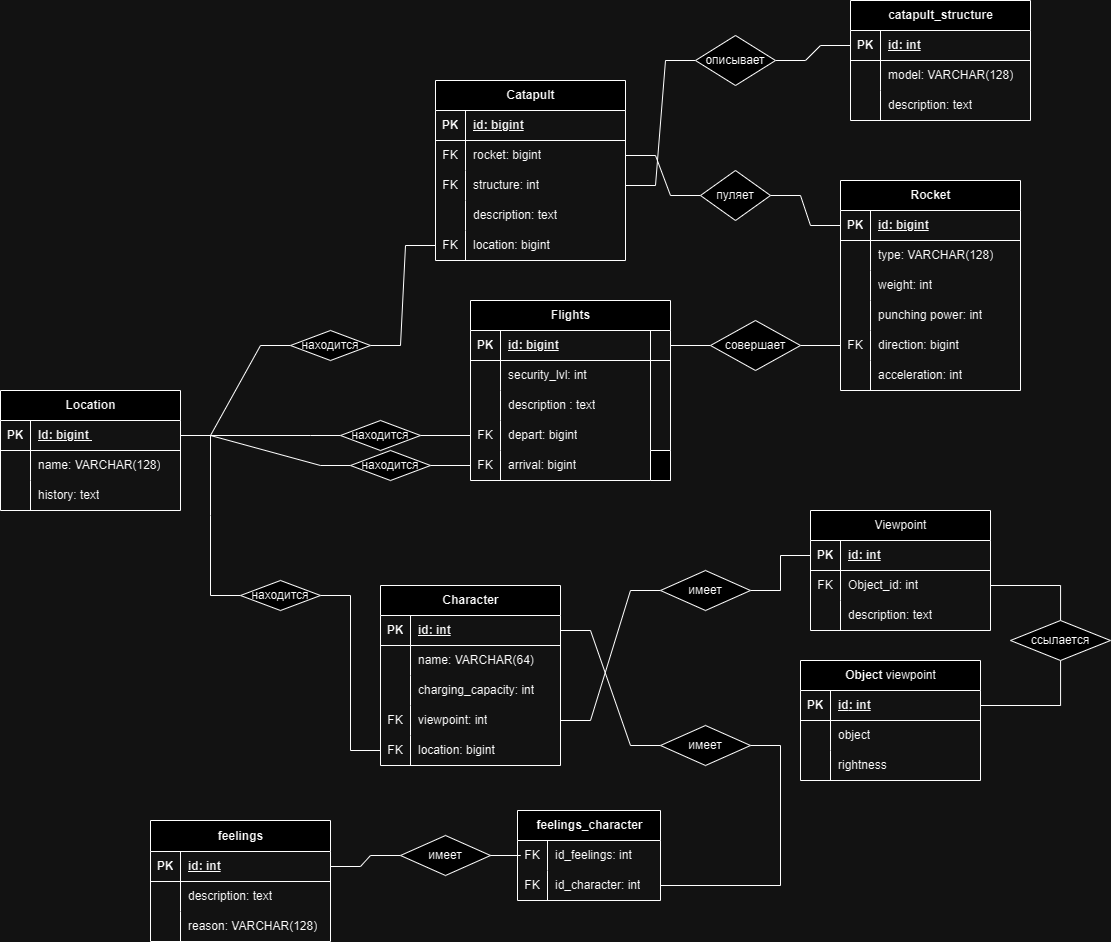
Before: БД_лаб1_д.drawio.png, a diagram exported from draw.io (medus04ka/DB_1). Source tidied: cells renumbered, new cells last; positions are measured from the earlier drawing's top-left corner, leaving out a move shared by most shapes.
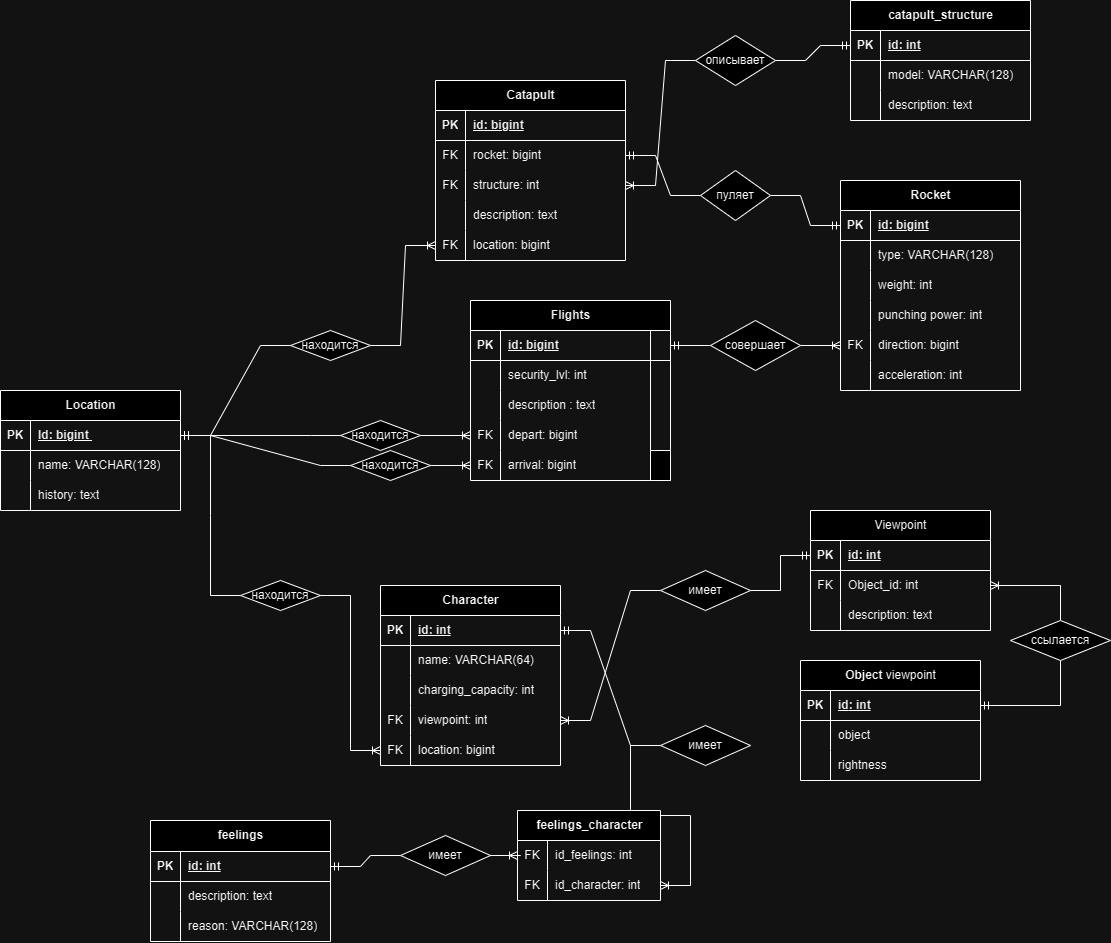
Above is the later version.

Change to the diagram source:
```diff
@@ -131,13 +131,13 @@
     <mxCell id="44" style="shape=table;startSize=30;rowLines=0;fontStyle=1;align=center;html=1;" parent="41" vertex="1" collapsed="1">
       <mxGeometry x="180" width="20" height="30" as="geometry" />
     </mxCell>
-    <mxCell id="45" style="edgeStyle=entityRelationEdgeStyle;fontSize=12;html=1;endArrow=none;startArrow=none;rounded=0;startFill=0;endFill=0;" parent="1" edge="1" source="147" target="41">
+    <mxCell id="45" style="edgeStyle=entityRelationEdgeStyle;fontSize=12;html=1;endArrow=ERoneToMany;startArrow=none;rounded=0;startFill=0;endFill=0;" parent="1" edge="1" source="147" target="41">
       <mxGeometry relative="1" as="geometry" />
     </mxCell>
-    <mxCell id="46" style="edgeStyle=entityRelationEdgeStyle;fontSize=12;html=1;endArrow=none;startArrow=none;rounded=0;startFill=0;endFill=0;" parent="1" edge="1" source="145" target="38">
+    <mxCell id="46" style="edgeStyle=entityRelationEdgeStyle;fontSize=12;html=1;endArrow=ERoneToMany;startArrow=none;rounded=0;startFill=0;endFill=0;" parent="1" edge="1" source="145" target="38">
       <mxGeometry relative="1" as="geometry" />
     </mxCell>
-    <mxCell id="47" style="edgeStyle=entityRelationEdgeStyle;fontSize=12;html=1;endArrow=none;startArrow=none;rounded=0;startFill=0;endFill=0;" parent="1" edge="1" source="151" target="25">
+    <mxCell id="47" style="edgeStyle=entityRelationEdgeStyle;fontSize=12;html=1;endArrow=ERoneToMany;startArrow=none;rounded=0;startFill=0;endFill=0;" parent="1" edge="1" source="151" target="25">
       <mxGeometry relative="1" as="geometry" />
     </mxCell>
     <mxCell id="48" value="Catapult" style="shape=table;startSize=30;rowLines=0;fontStyle=1;align=center;html=1;" parent="1" vertex="1">
@@ -188,7 +188,7 @@
     <mxCell id="63" value="location: bigint" style="shape=partialRectangle;fillColor=none;top=0;left=0;bottom=0;right=0;align=left;spacingLeft=6;overflow=hidden;whiteSpace=wrap;html=1;" parent="61" vertex="1">
       <mxGeometry x="30" width="160" height="30" as="geometry" />
     </mxCell>
-    <mxCell id="64" style="edgeStyle=entityRelationEdgeStyle;fontSize=12;html=1;endArrow=none;startArrow=none;rounded=0;endFill=0;startFill=0;" parent="1" edge="1" source="149" target="61">
+    <mxCell id="64" style="edgeStyle=entityRelationEdgeStyle;fontSize=12;html=1;endArrow=ERoneToMany;startArrow=none;rounded=0;endFill=0;startFill=0;" parent="1" edge="1" source="149" target="61">
       <mxGeometry relative="1" as="geometry" />
     </mxCell>
     <mxCell id="65" value="Rocket" style="shape=table;startSize=30;rowLines=0;fontStyle=1;align=center;html=1;" parent="1" vertex="1">
@@ -248,10 +248,10 @@
     <mxCell id="83" value="acceleration: int" style="shape=partialRectangle;fillColor=none;top=0;left=0;bottom=0;right=0;align=left;spacingLeft=6;overflow=hidden;whiteSpace=wrap;html=1;" parent="81" vertex="1">
       <mxGeometry x="30" width="150" height="30" as="geometry" />
     </mxCell>
-    <mxCell id="84" style="edgeStyle=entityRelationEdgeStyle;fontSize=12;html=1;endArrow=none;startArrow=none;rounded=0;endFill=0;startFill=0;" parent="1" edge="1" source="141" target="66">
+    <mxCell id="84" style="edgeStyle=entityRelationEdgeStyle;fontSize=12;html=1;endArrow=ERmandOne;startArrow=none;rounded=0;endFill=0;startFill=0;" parent="1" edge="1" source="141" target="66">
       <mxGeometry relative="1" as="geometry" />
     </mxCell>
-    <mxCell id="85" style="edgeStyle=orthogonalEdgeStyle;rounded=0;jettySize=auto;html=1;endArrow=none;endFill=0;startArrow=none;startFill=0;" parent="1" edge="1" source="139" target="78">
+    <mxCell id="85" style="edgeStyle=orthogonalEdgeStyle;rounded=0;jettySize=auto;html=1;endArrow=ERoneToMany;endFill=0;startArrow=none;startFill=0;" parent="1" edge="1" source="139" target="78">
       <mxGeometry relative="1" as="geometry" />
     </mxCell>
     <mxCell id="86" value="&lt;span style=&quot;font-weight: 400; text-align: left; text-wrap: wrap;&quot;&gt;Viewpoint&lt;/span&gt;" style="shape=table;startSize=30;rowLines=0;fontStyle=1;align=center;html=1;" parent="1" vertex="1">
@@ -284,7 +284,7 @@
     <mxCell id="95" value="description: text" style="shape=partialRectangle;fillColor=none;top=0;left=0;bottom=0;right=0;align=left;spacingLeft=6;overflow=hidden;whiteSpace=wrap;html=1;" parent="93" vertex="1">
       <mxGeometry x="30" width="150" height="30" as="geometry" />
     </mxCell>
-    <mxCell id="96" style="edgeStyle=entityRelationEdgeStyle;fontSize=12;html=1;endArrow=none;startArrow=none;rounded=0;endFill=0;startFill=0;" parent="1" edge="1" source="153" target="87">
+    <mxCell id="96" style="edgeStyle=entityRelationEdgeStyle;fontSize=12;html=1;endArrow=ERmandOne;startArrow=none;rounded=0;endFill=0;startFill=0;" parent="1" edge="1" source="153" target="87">
       <mxGeometry relative="1" as="geometry" />
     </mxCell>
     <mxCell id="97" value="Object&amp;nbsp;&lt;span style=&quot;font-weight: 400; text-align: left; text-wrap: wrap;&quot;&gt;viewpoint&lt;/span&gt;" style="shape=table;startSize=30;rowLines=0;fontStyle=1;align=center;html=1;" parent="1" vertex="1">
@@ -317,10 +317,10 @@
     <mxCell id="106" value="rightness" style="shape=partialRectangle;fillColor=none;top=0;left=0;bottom=0;right=0;align=left;spacingLeft=6;overflow=hidden;whiteSpace=wrap;html=1;" parent="104" vertex="1">
       <mxGeometry x="30" width="150" height="30" as="geometry" />
     </mxCell>
-    <mxCell id="107" style="edgeStyle=entityRelationEdgeStyle;fontSize=12;html=1;endArrow=none;startArrow=none;rounded=0;endFill=0;startFill=0;" parent="1" edge="1" source="159" target="121">
+    <mxCell id="107" style="edgeStyle=entityRelationEdgeStyle;fontSize=12;html=1;endArrow=ERmandOne;startArrow=none;rounded=0;endFill=0;startFill=0;" parent="1" edge="1" source="159" target="121">
       <mxGeometry relative="1" as="geometry" />
     </mxCell>
-    <mxCell id="108" style="edgeStyle=orthogonalEdgeStyle;rounded=0;jettySize=auto;html=1;endArrow=none;endFill=0;" parent="1" edge="1" source="155" target="90">
+    <mxCell id="108" style="edgeStyle=orthogonalEdgeStyle;rounded=0;jettySize=auto;html=1;endArrow=ERoneToMany;endFill=0;" parent="1" edge="1" source="155" target="90">
       <mxGeometry relative="1" as="geometry" />
     </mxCell>
     <mxCell id="109" value="catapult_structure" style="shape=table;startSize=30;rowLines=0;fontStyle=1;align=center;html=1;" parent="1" vertex="1">
@@ -353,7 +353,7 @@
     <mxCell id="118" value="description: text" style="shape=partialRectangle;fillColor=none;top=0;left=0;bottom=0;right=0;align=left;spacingLeft=6;overflow=hidden;whiteSpace=wrap;html=1;" parent="116" vertex="1">
       <mxGeometry x="30" width="150" height="30" as="geometry" />
     </mxCell>
-    <mxCell id="119" style="edgeStyle=entityRelationEdgeStyle;fontSize=12;html=1;endArrow=none;startArrow=none;rounded=0;endFill=0;startFill=0;" parent="1" edge="1" source="143" target="110">
+    <mxCell id="119" style="edgeStyle=entityRelationEdgeStyle;fontSize=12;html=1;endArrow=ERmandOne;startArrow=none;rounded=0;endFill=0;startFill=0;" parent="1" edge="1" source="143" target="110">
       <mxGeometry relative="1" as="geometry" />
     </mxCell>
     <mxCell id="120" value="feelings" style="shape=table;startSize=31;rowLines=0;fontStyle=1;align=center;html=1;" parent="1" vertex="1">
@@ -386,7 +386,7 @@
     <mxCell id="129" value="reason: VARCHAR(128)" style="shape=partialRectangle;fillColor=none;top=0;left=0;bottom=0;right=0;align=left;spacingLeft=6;overflow=hidden;whiteSpace=wrap;html=1;" parent="127" vertex="1">
       <mxGeometry x="30" width="150" height="30" as="geometry" />
     </mxCell>
-    <mxCell id="130" style="edgeStyle=entityRelationEdgeStyle;fontSize=12;html=1;endArrow=none;startArrow=none;rounded=0;endFill=0;startFill=0;" parent="1" edge="1" source="157" target="135">
+    <mxCell id="130" style="edgeStyle=entityRelationEdgeStyle;fontSize=12;html=1;endArrow=ERoneToMany;startArrow=none;rounded=0;endFill=0;startFill=0;" parent="1" edge="1" source="157" target="135">
       <mxGeometry relative="1" as="geometry" />
     </mxCell>
     <mxCell id="131" value="feelings_character" style="shape=table;startSize=30;rowLines=0;fontStyle=1;align=center;html=1;" parent="1" vertex="1">
@@ -410,67 +410,67 @@
     <mxCell id="137" value="id_character: int" style="shape=partialRectangle;fillColor=none;top=0;left=0;bottom=0;right=0;align=left;spacingLeft=6;overflow=hidden;whiteSpace=wrap;html=1;" parent="135" vertex="1">
       <mxGeometry x="30" width="113" height="30" as="geometry" />
     </mxCell>
-    <mxCell id="138" style="edgeStyle=orthogonalEdgeStyle;rounded=0;jettySize=auto;html=1;endArrow=none;endFill=0;startArrow=none;startFill=0;" parent="1" edge="1" source="29" target="139">
+    <mxCell id="138" style="edgeStyle=orthogonalEdgeStyle;rounded=0;jettySize=auto;html=1;endArrow=none;endFill=0;startArrow=ERmandOne;startFill=0;" parent="1" edge="1" source="29" target="139">
       <mxGeometry relative="1" as="geometry" />
     </mxCell>
     <mxCell id="139" value="совершает" style="rhombus;whiteSpace=wrap;html=1;" parent="1" vertex="1">
       <mxGeometry x="710" y="320" width="90" height="50" as="geometry" />
     </mxCell>
-    <mxCell id="140" style="edgeStyle=entityRelationEdgeStyle;fontSize=12;html=1;endArrow=none;startArrow=none;rounded=0;endFill=0;startFill=0;" parent="1" edge="1" source="52" target="141">
+    <mxCell id="140" style="edgeStyle=entityRelationEdgeStyle;fontSize=12;html=1;endArrow=none;startArrow=ERmandOne;rounded=0;endFill=0;startFill=0;" parent="1" edge="1" source="52" target="141">
       <mxGeometry relative="1" as="geometry" />
     </mxCell>
     <mxCell id="141" value="пуляет" style="rhombus;whiteSpace=wrap;html=1;" parent="1" vertex="1">
       <mxGeometry x="700" y="170" width="70" height="50" as="geometry" />
     </mxCell>
-    <mxCell id="142" style="edgeStyle=entityRelationEdgeStyle;fontSize=12;html=1;endArrow=none;startArrow=none;rounded=0;endFill=0;startFill=0;" parent="1" edge="1" source="55" target="143">
+    <mxCell id="142" style="edgeStyle=entityRelationEdgeStyle;fontSize=12;html=1;endArrow=none;startArrow=ERoneToMany;rounded=0;endFill=0;startFill=0;" parent="1" edge="1" source="55" target="143">
       <mxGeometry relative="1" as="geometry" />
     </mxCell>
     <mxCell id="143" value="описывает" style="rhombus;whiteSpace=wrap;html=1;" parent="1" vertex="1">
       <mxGeometry x="695" y="35" width="80" height="50" as="geometry" />
     </mxCell>
-    <mxCell id="144" style="edgeStyle=entityRelationEdgeStyle;fontSize=12;html=1;endArrow=none;startArrow=none;rounded=0;startFill=0;endFill=0;" parent="1" edge="1" source="3" target="145">
+    <mxCell id="144" style="edgeStyle=entityRelationEdgeStyle;fontSize=12;html=1;endArrow=none;startArrow=ERmandOne;rounded=0;startFill=0;endFill=0;" parent="1" edge="1" source="3" target="145">
       <mxGeometry relative="1" as="geometry" />
     </mxCell>
     <mxCell id="145" value="находится" style="rhombus;whiteSpace=wrap;html=1;" parent="1" vertex="1">
       <mxGeometry x="340" y="420" width="80" height="30" as="geometry" />
     </mxCell>
-    <mxCell id="146" style="edgeStyle=entityRelationEdgeStyle;fontSize=12;html=1;endArrow=none;startArrow=none;rounded=0;startFill=0;endFill=0;" parent="1" edge="1" source="3" target="147">
+    <mxCell id="146" style="edgeStyle=entityRelationEdgeStyle;fontSize=12;html=1;endArrow=none;startArrow=ERmandOne;rounded=0;startFill=0;endFill=0;" parent="1" edge="1" source="3" target="147">
       <mxGeometry relative="1" as="geometry" />
     </mxCell>
     <mxCell id="147" value="находится" style="rhombus;whiteSpace=wrap;html=1;" parent="1" vertex="1">
       <mxGeometry x="350" y="450" width="80" height="30" as="geometry" />
     </mxCell>
-    <mxCell id="148" style="edgeStyle=entityRelationEdgeStyle;fontSize=12;html=1;endArrow=none;startArrow=none;rounded=0;endFill=0;startFill=0;" parent="1" edge="1" source="3" target="149">
+    <mxCell id="148" style="edgeStyle=entityRelationEdgeStyle;fontSize=12;html=1;endArrow=none;startArrow=ERmandOne;rounded=0;endFill=0;startFill=0;" parent="1" edge="1" source="3" target="149">
       <mxGeometry relative="1" as="geometry" />
     </mxCell>
     <mxCell id="149" value="находится" style="rhombus;whiteSpace=wrap;html=1;rotation=0;" parent="1" vertex="1">
       <mxGeometry x="290" y="330" width="80" height="30" as="geometry" />
     </mxCell>
-    <mxCell id="150" style="edgeStyle=entityRelationEdgeStyle;fontSize=12;html=1;endArrow=none;startArrow=none;rounded=0;startFill=0;endFill=0;" parent="1" edge="1" source="3" target="151">
+    <mxCell id="150" style="edgeStyle=entityRelationEdgeStyle;fontSize=12;html=1;endArrow=none;startArrow=ERmandOne;rounded=0;startFill=0;endFill=0;" parent="1" edge="1" source="3" target="151">
       <mxGeometry relative="1" as="geometry" />
     </mxCell>
     <mxCell id="151" value="находится" style="rhombus;whiteSpace=wrap;html=1;" parent="1" vertex="1">
       <mxGeometry x="240" y="580" width="80" height="30" as="geometry" />
     </mxCell>
-    <mxCell id="152" style="edgeStyle=entityRelationEdgeStyle;fontSize=12;html=1;endArrow=none;startArrow=none;rounded=0;endFill=0;startFill=0;" parent="1" edge="1" source="22" target="153">
+    <mxCell id="152" style="edgeStyle=entityRelationEdgeStyle;fontSize=12;html=1;endArrow=none;startArrow=ERoneToMany;rounded=0;endFill=0;startFill=0;" parent="1" edge="1" source="22" target="153">
       <mxGeometry relative="1" as="geometry" />
     </mxCell>
     <mxCell id="153" value="имеет" style="rhombus;whiteSpace=wrap;html=1;" parent="1" vertex="1">
       <mxGeometry x="660" y="570" width="90" height="40" as="geometry" />
     </mxCell>
-    <mxCell id="154" style="edgeStyle=orthogonalEdgeStyle;rounded=0;jettySize=auto;html=1;endArrow=none;endFill=0;" parent="1" edge="1" source="98" target="155">
+    <mxCell id="154" style="edgeStyle=orthogonalEdgeStyle;rounded=0;jettySize=auto;html=1;endArrow=none;endFill=0;startArrow=ERmandOne;startFill=0;" parent="1" edge="1" source="98" target="155">
       <mxGeometry relative="1" as="geometry" />
     </mxCell>
     <mxCell id="155" value="ссылается" style="rhombus;whiteSpace=wrap;html=1;" parent="1" vertex="1">
       <mxGeometry x="1010" y="620" width="100" height="40" as="geometry" />
     </mxCell>
-    <mxCell id="156" style="edgeStyle=entityRelationEdgeStyle;fontSize=12;html=1;endArrow=none;startArrow=none;rounded=0;endFill=0;startFill=0;" parent="1" edge="1" source="13" target="157">
+    <mxCell id="156" style="edgeStyle=entityRelationEdgeStyle;fontSize=12;html=1;endArrow=none;startArrow=ERmandOne;rounded=0;endFill=0;startFill=0;" parent="1" edge="1" source="13" target="157">
       <mxGeometry relative="1" as="geometry" />
     </mxCell>
     <mxCell id="157" value="имеет" style="rhombus;whiteSpace=wrap;html=1;" parent="1" vertex="1">
       <mxGeometry x="660" y="725" width="90" height="40" as="geometry" />
     </mxCell>
-    <mxCell id="158" style="edgeStyle=entityRelationEdgeStyle;fontSize=12;html=1;endArrow=none;startArrow=none;rounded=0;endFill=0;startFill=0;" parent="1" edge="1" source="131" target="159">
+    <mxCell id="158" style="edgeStyle=entityRelationEdgeStyle;fontSize=12;html=1;endArrow=none;startArrow=ERoneToMany;rounded=0;endFill=0;startFill=0;" parent="1" edge="1" source="131" target="159">
       <mxGeometry relative="1" as="geometry" />
     </mxCell>
     <mxCell id="159" value="имеет" style="rhombus;whiteSpace=wrap;html=1;" parent="1" vertex="1">
```
